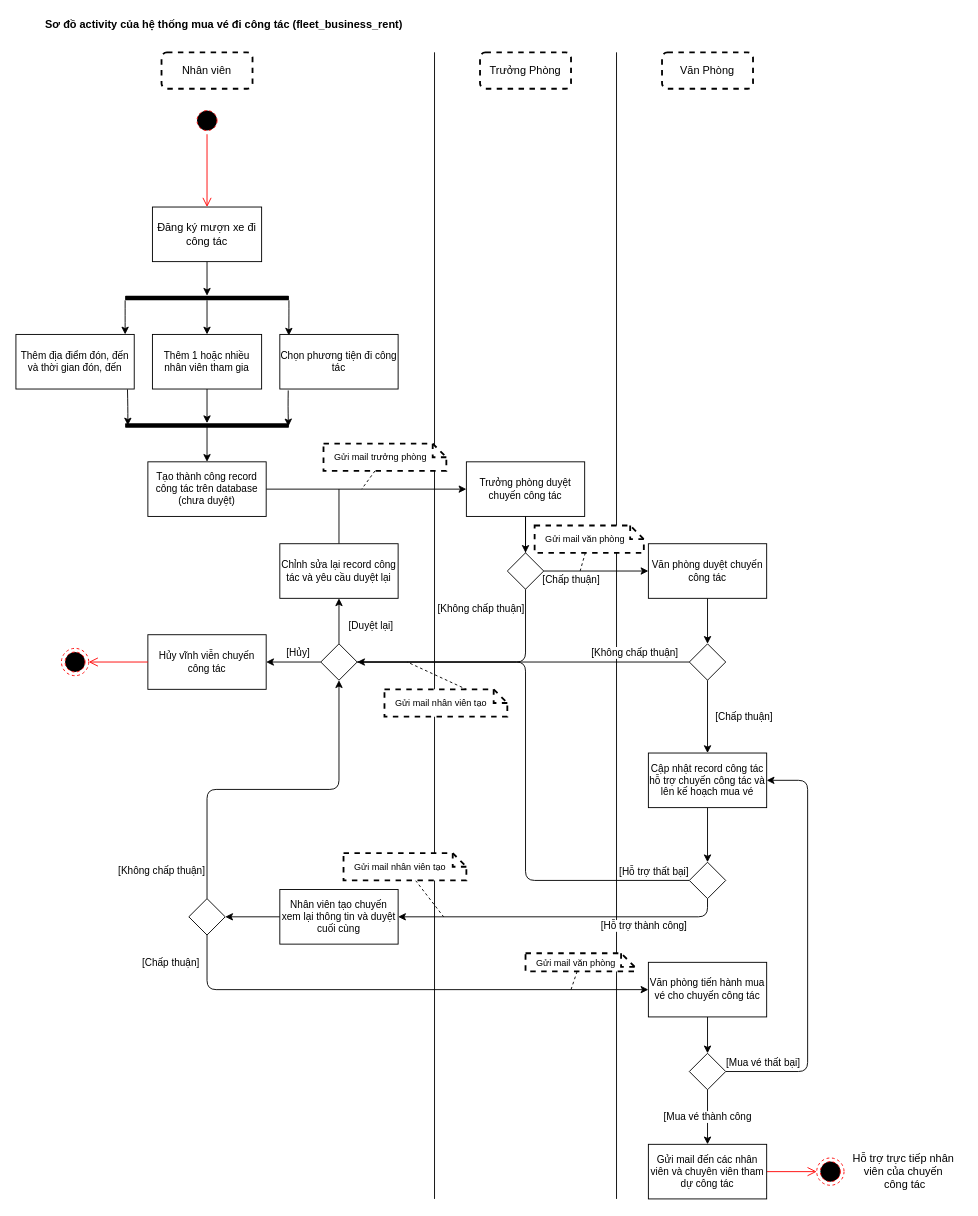
NgoHuuNghia/odoo15-digitalocean keeps this draw.io diagram as uml-diargrams/uml_activity_fleet_business_rent.drawio. Above is the earlier version. Source tidied: cells renumbered, new cells numbered last; positions are measured from the earlier drawing's top-left corner, leaving out a move shared by most shapes. Both pictures are drawn from the tidied source at 91%, with x=0, y=0 at pixel (15, 15).
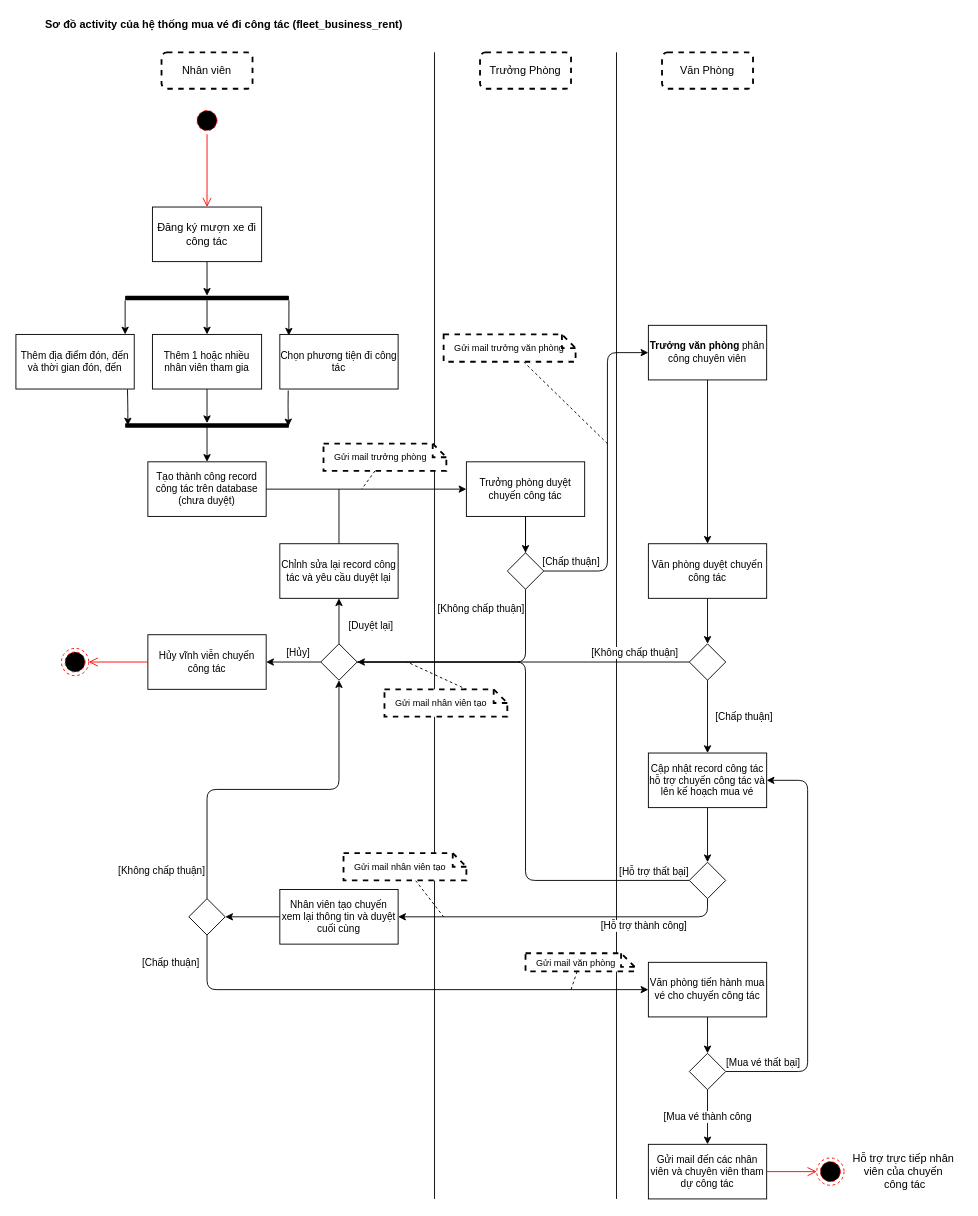
The same page after the edit.

Unchanged cells that the change refers to:
```xml
<mxCell id="29" style="rhombus;whiteSpace=wrap;html=1;" parent="1" vertex="1">
  <mxGeometry x="540" y="590" width="40" height="40" as="geometry" />
</mxCell>
<mxCell id="33" value="Văn phòng duyệt chuyến công tác" style="whiteSpace=wrap;html=1;rounded=0;fontSize=11;" parent="1" vertex="1">
  <mxGeometry x="695" y="580" width="130" height="60" as="geometry" />
</mxCell>
```

What changed in the source:
```diff
@@
-    <mxCell id="26" value="[Chấp thuận]" style="edgeStyle=none;html=1;endArrow=classic;endFill=1;" parent="1" edge="1" source="29" target="33">
-      <mxGeometry x="-0.48" y="-10" relative="1" as="geometry" />
+    <mxCell id="26" value="[Chấp thuận]" style="edgeStyle=none;html=1;endArrow=classic;endFill=1;" parent="1" edge="1" source="29" target="77">
+      <mxGeometry x="-0.83" y="10" relative="1" as="geometry">
+        <Array as="points">
+          <mxPoint x="650" y="610" />
+          <mxPoint x="650" y="370" />
+        </Array>
+      </mxGeometry>
     </mxCell>
@@
     <mxCell id="67" style="edgeStyle=none;html=1;dashed=1;endArrow=none;endFill=0;" parent="1" edge="1" source="68">
       <mxGeometry relative="1" as="geometry">
-        <mxPoint x="620" y="610" as="targetPoint" />
+        <mxPoint x="650" y="470" as="targetPoint" />
       </mxGeometry>
     </mxCell>
-    <mxCell id="68" value="Gửi mail văn phòng" style="shape=note;size=15;align=left;spacingLeft=10;html=1;whiteSpace=wrap;rounded=0;dashed=1;labelBackgroundColor=none;fontSize=10;fontColor=default;strokeWidth=2;" parent="1" vertex="1">
-      <mxGeometry x="570" y="560" width="120" height="30" as="geometry" />
+    <mxCell id="68" value="Gửi mail trưởng văn phòng" style="shape=note;size=15;align=left;spacingLeft=10;html=1;whiteSpace=wrap;rounded=0;dashed=1;labelBackgroundColor=none;fontSize=10;fontColor=default;strokeWidth=2;" parent="1" vertex="1">
+      <mxGeometry x="470" y="350" width="145" height="30" as="geometry" />
     </mxCell>
@@
+    <mxCell id="76" style="edgeStyle=none;html=1;" parent="1" edge="1" source="77" target="33">
+      <mxGeometry relative="1" as="geometry" />
+    </mxCell>
+    <mxCell id="77" value="&lt;b&gt;Trưởng văn phòng &lt;/b&gt;phân công chuyên viên" style="whiteSpace=wrap;html=1;rounded=0;fontSize=11;" parent="1" vertex="1">
+      <mxGeometry x="695" y="340" width="130" height="60" as="geometry" />
+    </mxCell>
```
